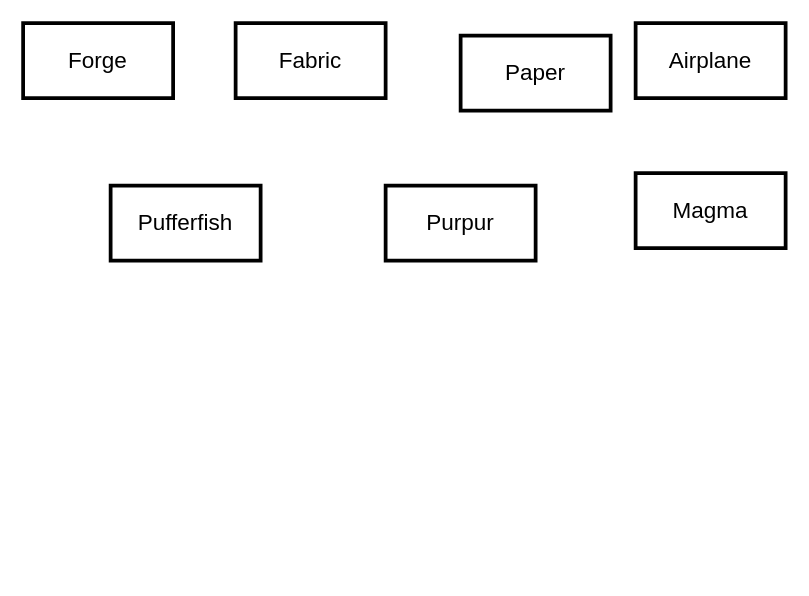
Disherence/vhdl keeps this draw.io diagram as 未命名绘图.drawio. Above is the earlier version. Source tidied: cells renumbered, new cells numbered last; positions are measured from the earlier drawing's top-left corner, leaving out a move shared by most shapes. Both pictures are drawn from the tidied source at 125%, with x=0, y=0 at pixel (22, 22).
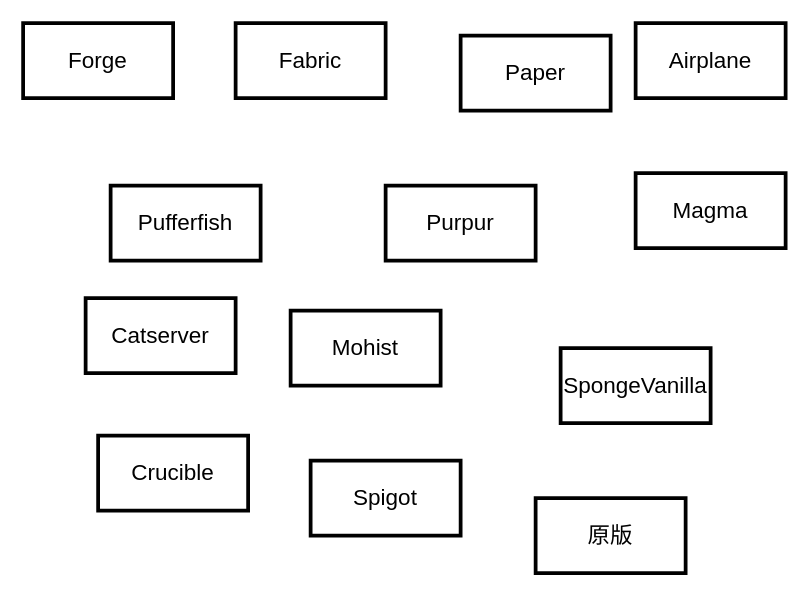
The same page after the edit.

Commit message (it also covers changes not shown here):
更新未命名绘图.drawio

The edit, as a diff of the source:
```diff
@@
 <mxGraphModel>
   <root>
     <mxCell id="0" />
     <mxCell id="1" parent="0" />
     <mxCell id="2" value="Forge" style="whiteSpace=wrap;html=1;strokeColor=default;strokeWidth=3;fontSize=18;" parent="1" vertex="1">
       <mxGeometry width="120" height="60" as="geometry" />
     </mxCell>
     <mxCell id="3" value="Fabric" style="whiteSpace=wrap;html=1;strokeColor=default;strokeWidth=3;fontSize=18;" parent="1" vertex="1">
       <mxGeometry x="170" width="120" height="60" as="geometry" />
     </mxCell>
     <mxCell id="4" value="Paper" style="whiteSpace=wrap;html=1;strokeColor=default;strokeWidth=3;fontSize=18;" parent="1" vertex="1">
       <mxGeometry x="350" y="10" width="120" height="60" as="geometry" />
     </mxCell>
     <mxCell id="5" value="Airplane" style="whiteSpace=wrap;html=1;strokeColor=default;strokeWidth=3;fontSize=18;" parent="1" vertex="1">
       <mxGeometry x="490" width="120" height="60" as="geometry" />
     </mxCell>
     <mxCell id="6" value="Pufferfish" style="whiteSpace=wrap;html=1;strokeColor=default;strokeWidth=3;fontSize=18;" parent="1" vertex="1">
       <mxGeometry x="70" y="130" width="120" height="60" as="geometry" />
     </mxCell>
     <mxCell id="7" value="Purpur" style="whiteSpace=wrap;html=1;strokeColor=default;strokeWidth=3;fontSize=18;" parent="1" vertex="1">
       <mxGeometry x="290" y="130" width="120" height="60" as="geometry" />
     </mxCell>
     <mxCell id="8" value="Magma" style="whiteSpace=wrap;html=1;strokeColor=default;strokeWidth=3;fontSize=18;" parent="1" vertex="1">
       <mxGeometry x="490" y="120" width="120" height="60" as="geometry" />
     </mxCell>
+    <mxCell id="9" value="Mohist" style="whiteSpace=wrap;html=1;strokeColor=default;strokeWidth=3;fontSize=18;" parent="1" vertex="1">
+      <mxGeometry x="214" y="230" width="120" height="60" as="geometry" />
+    </mxCell>
+    <mxCell id="10" value="Catserver" style="whiteSpace=wrap;html=1;strokeColor=default;strokeWidth=3;fontSize=18;" parent="1" vertex="1">
+      <mxGeometry x="50" y="220" width="120" height="60" as="geometry" />
+    </mxCell>
+    <mxCell id="11" value="SpongeVanilla" style="whiteSpace=wrap;html=1;strokeColor=default;strokeWidth=3;fontSize=18;" parent="1" vertex="1">
+      <mxGeometry x="430" y="260" width="120" height="60" as="geometry" />
+    </mxCell>
+    <mxCell id="12" value="Crucible" style="whiteSpace=wrap;html=1;strokeColor=default;strokeWidth=3;fontSize=18;" parent="1" vertex="1">
+      <mxGeometry x="60" y="330" width="120" height="60" as="geometry" />
+    </mxCell>
+    <mxCell id="13" value="Spigot" style="whiteSpace=wrap;html=1;strokeColor=default;strokeWidth=3;fontSize=18;" parent="1" vertex="1">
+      <mxGeometry x="230" y="350" width="120" height="60" as="geometry" />
+    </mxCell>
+    <mxCell id="14" value="原版" style="whiteSpace=wrap;html=1;strokeColor=default;strokeWidth=3;fontSize=18;" parent="1" vertex="1">
+      <mxGeometry x="410" y="380" width="120" height="60" as="geometry" />
+    </mxCell>
   </root>
 </mxGraphModel>
```
